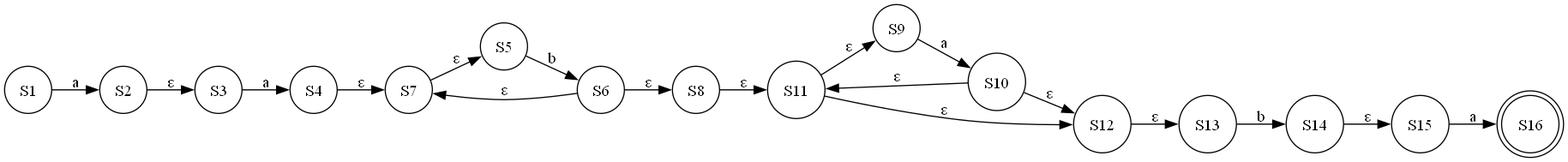
ZiadSheriif/AutoMajestic keeps this Graphviz diagram as output/nfa/nfa.gv.png. Above is the earlier version. Its source is kept beside it as output/nfa/nfa.gv.
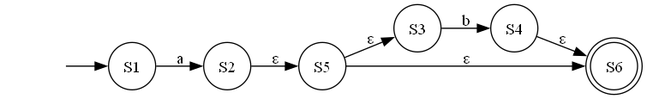
Later version of the same file.

What changed in the source:
```diff
@@ -1,37 +1,17 @@
 digraph NFA {
+	"" [shape=none]
+	"" -> S1
 	S1 [shape=circle]
 	S1 -> S2 [label=a]
-	S10 [shape=circle]
-	S10 -> S11 [label="ε"]
-	S10 -> S12 [label="ε"]
-	S11 [shape=circle]
-	S11 -> S9 [label="ε"]
-	S11 -> S12 [label="ε"]
-	S12 [shape=circle]
-	S12 -> S13 [label="ε"]
-	S13 [shape=circle]
-	S13 -> S14 [label=b]
-	S14 [shape=circle]
-	S14 -> S15 [label="ε"]
-	S15 [shape=circle]
-	S15 -> S16 [label=a]
-	S16 [shape=doublecircle]
 	S2 [shape=circle]
-	S2 -> S3 [label="ε"]
+	S2 -> S5 [label="ε"]
 	S3 [shape=circle]
-	S3 -> S4 [label=a]
+	S3 -> S4 [label=b]
 	S4 [shape=circle]
-	S4 -> S7 [label="ε"]
+	S4 -> S6 [label="ε"]
 	S5 [shape=circle]
-	S5 -> S6 [label=b]
-	S6 [shape=circle]
-	S6 -> S7 [label="ε"]
-	S6 -> S8 [label="ε"]
-	S7 [shape=circle]
-	S7 -> S5 [label="ε"]
-	S8 [shape=circle]
-	S8 -> S11 [label="ε"]
-	S9 [shape=circle]
-	S9 -> S10 [label=a]
+	S5 -> S3 [label="ε"]
+	S5 -> S6 [label="ε"]
+	S6 [shape=doublecircle]
 	rankdir=LR
 }
```
